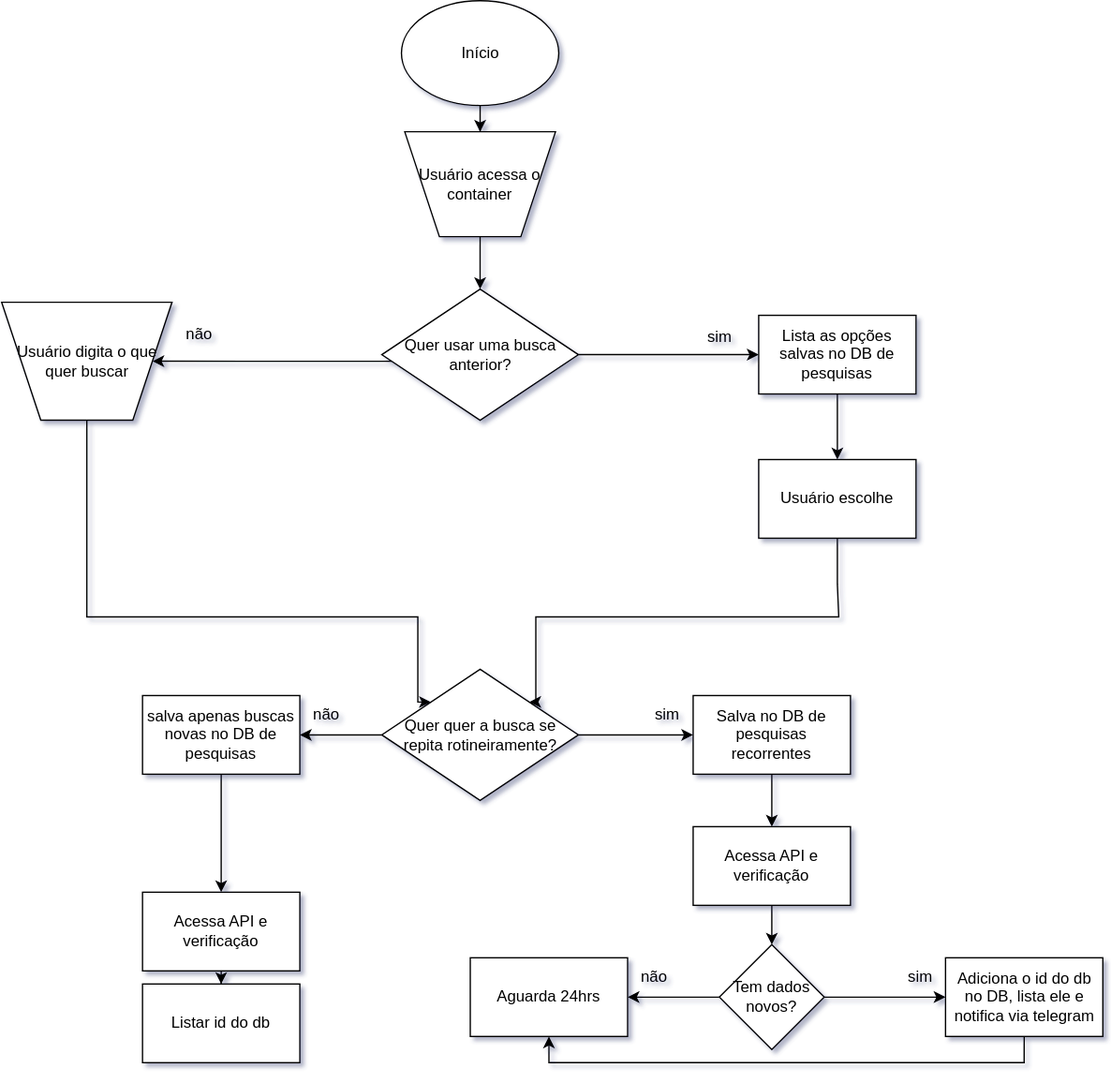
Earlier version of the draw.io export Fluxograma Intelx.drawio.svg (heloisatl/Diagrama). Source tidied: cells renumbered, new cells last; positions are measured from the earlier drawing's top-left corner, leaving out a move shared by most shapes.
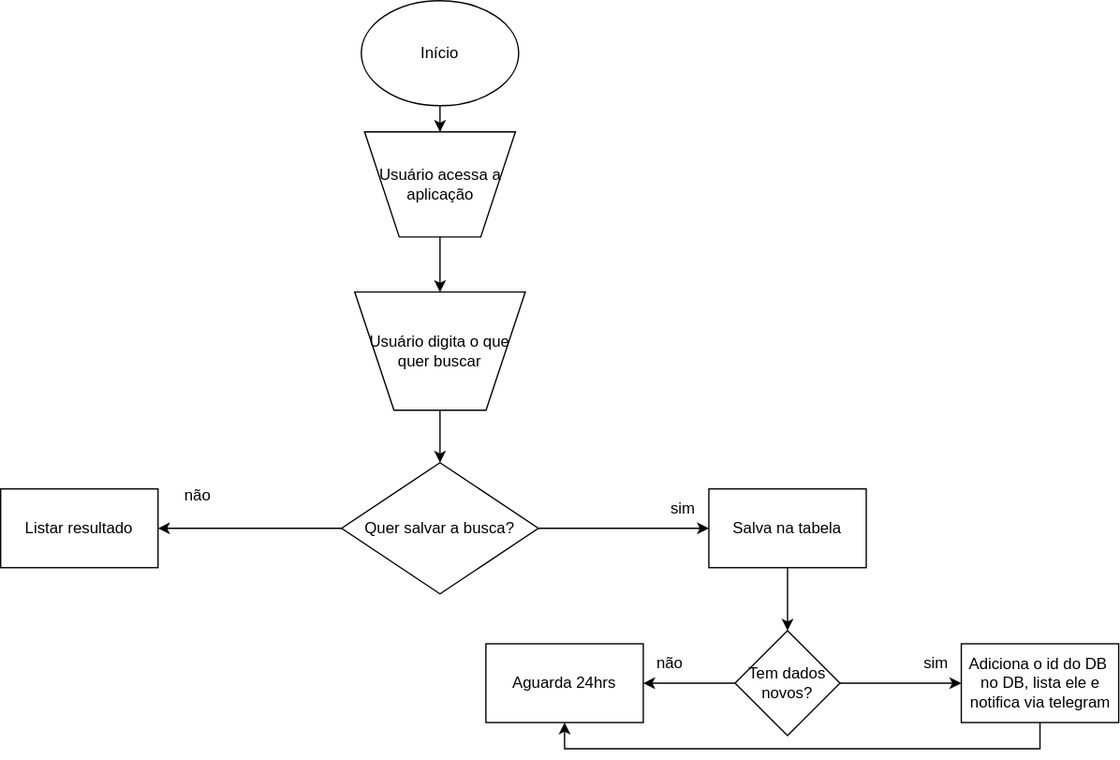
Later version of the same file.

The edit, as a diff of the source:
```diff
@@ -2,142 +2,76 @@
   <root>
     <mxCell id="0" />
     <mxCell id="1" parent="0" />
-    <mxCell id="2" style="edgeStyle=orthogonalEdgeStyle;rounded=0;jettySize=auto;html=1;entryX=0.5;entryY=0;entryDx=0;entryDy=0;" parent="1" edge="1" source="3" target="12">
-      <mxGeometry relative="1" as="geometry" />
-    </mxCell>
+    <mxCell id="39" style="edgeStyle=orthogonalEdgeStyle;rounded=0;jettySize=auto;html=1;entryX=0.5;entryY=0;entryDx=0;entryDy=0;" parent="1" edge="1" source="3" target="44">
+      <mxGeometry relative="1" as="geometry" />
+    </mxCell>
     <mxCell id="3" value="Início" style="ellipse;whiteSpace=wrap;html=1;" parent="1" vertex="1">
-      <mxGeometry x="305.5" width="120" height="80" as="geometry" />
+      <mxGeometry x="-847" y="-10" width="120" height="80" as="geometry" />
     </mxCell>
-    <mxCell id="4" style="edgeStyle=orthogonalEdgeStyle;rounded=0;jettySize=auto;html=1;entryX=1;entryY=0.5;entryDx=0;entryDy=0;" parent="1" edge="1" source="19" target="6">
-      <mxGeometry relative="1" as="geometry" />
-    </mxCell>
-    <mxCell id="5" style="edgeStyle=orthogonalEdgeStyle;rounded=0;jettySize=auto;html=1;" parent="1" edge="1" source="6" target="10">
-      <mxGeometry relative="1" as="geometry" />
-    </mxCell>
-    <mxCell id="6" value="salva apenas buscas novas no DB de pesquisas" style="rounded=0;whiteSpace=wrap;html=1;" parent="1" vertex="1">
-      <mxGeometry x="108" y="530" width="120" height="60" as="geometry" />
-    </mxCell>
-    <mxCell id="7" style="edgeStyle=orthogonalEdgeStyle;rounded=0;jettySize=auto;html=1;entryX=0.5;entryY=0;entryDx=0;entryDy=0;" parent="1" edge="1" source="8" target="21">
-      <mxGeometry relative="1" as="geometry" />
-    </mxCell>
-    <mxCell id="8" value="Salva no DB de pesquisas recorrentes" style="rounded=0;whiteSpace=wrap;html=1;" parent="1" vertex="1">
-      <mxGeometry x="528" y="530" width="120" height="60" as="geometry" />
-    </mxCell>
-    <mxCell id="9" style="edgeStyle=orthogonalEdgeStyle;rounded=0;jettySize=auto;html=1;" parent="1" edge="1" source="10" target="17">
-      <mxGeometry relative="1" as="geometry" />
-    </mxCell>
-    <mxCell id="10" value="Acessa API e verificação" style="rounded=0;whiteSpace=wrap;html=1;" parent="1" vertex="1">
-      <mxGeometry x="108" y="680" width="120" height="60" as="geometry" />
-    </mxCell>
-    <mxCell id="11" style="edgeStyle=orthogonalEdgeStyle;rounded=0;jettySize=auto;html=1;entryX=0.5;entryY=0;entryDx=0;entryDy=0;" parent="1" edge="1" source="12" target="32">
-      <mxGeometry relative="1" as="geometry" />
-    </mxCell>
-    <mxCell id="12" value="Usuário acessa o container" style="verticalLabelPosition=middle;verticalAlign=middle;html=1;shape=trapezoid;perimeter=trapezoidPerimeter;whiteSpace=wrap;size=0.23;arcSize=10;flipV=1;labelPosition=center;align=center;" parent="1" vertex="1">
-      <mxGeometry x="308" y="100" width="115" height="80" as="geometry" />
-    </mxCell>
-    <mxCell id="13" style="edgeStyle=orthogonalEdgeStyle;rounded=0;jettySize=auto;html=1;entryX=0;entryY=0;entryDx=0;entryDy=0;" parent="1" edge="1" source="14" target="19">
-      <mxGeometry relative="1" as="geometry">
-        <Array as="points">
-          <mxPoint x="66" y="470" />
-          <mxPoint x="318" y="470" />
-          <mxPoint x="318" y="535" />
-        </Array>
-      </mxGeometry>
-    </mxCell>
+    <mxCell id="40" style="edgeStyle=orthogonalEdgeStyle;rounded=0;jettySize=auto;html=1;" parent="1" edge="1" source="41" target="24">
+      <mxGeometry relative="1" as="geometry" />
+    </mxCell>
+    <mxCell id="41" value="Salva na tabela" style="rounded=0;whiteSpace=wrap;html=1;" parent="1" vertex="1">
+      <mxGeometry x="-582" y="362" width="120" height="60" as="geometry" />
+    </mxCell>
+    <mxCell id="42" value="Listar resultado" style="rounded=0;whiteSpace=wrap;html=1;" parent="1" vertex="1">
+      <mxGeometry x="-1122" y="362" width="120" height="60" as="geometry" />
+    </mxCell>
+    <mxCell id="43" style="edgeStyle=orthogonalEdgeStyle;rounded=0;jettySize=auto;html=1;" parent="1" edge="1" source="44" target="14">
+      <mxGeometry relative="1" as="geometry" />
+    </mxCell>
+    <mxCell id="44" value="Usuário acessa a aplicação" style="verticalLabelPosition=middle;verticalAlign=middle;html=1;shape=trapezoid;perimeter=trapezoidPerimeter;whiteSpace=wrap;size=0.23;arcSize=10;flipV=1;labelPosition=center;align=center;" parent="1" vertex="1">
+      <mxGeometry x="-844.5" y="90" width="115" height="80" as="geometry" />
+    </mxCell>
+    <mxCell id="45" style="edgeStyle=orthogonalEdgeStyle;rounded=0;jettySize=auto;html=1;" parent="1" edge="1" source="14" target="53">
+      <mxGeometry relative="1" as="geometry" />
+    </mxCell>
     <mxCell id="14" value="Usuário digita o que quer buscar" style="verticalLabelPosition=middle;verticalAlign=middle;html=1;shape=trapezoid;perimeter=trapezoidPerimeter;whiteSpace=wrap;size=0.23;arcSize=10;flipV=1;labelPosition=center;align=center;" parent="1" vertex="1">
-      <mxGeometry x="0.5" y="230" width="130" height="90" as="geometry" />
+      <mxGeometry x="-852" y="212" width="130" height="90" as="geometry" />
     </mxCell>
-    <mxCell id="15" value="não" style="text;html=1;align=center;verticalAlign=middle;strokeColor=none;fillColor=none;" parent="1" vertex="1">
-      <mxGeometry x="228" y="530" width="40" height="30" as="geometry" />
-    </mxCell>
-    <mxCell id="16" value="sim" style="text;html=1;align=center;verticalAlign=middle;strokeColor=none;fillColor=none;" parent="1" vertex="1">
-      <mxGeometry x="488" y="530" width="40" height="30" as="geometry" />
-    </mxCell>
-    <mxCell id="17" value="Listar id do db" style="rounded=0;whiteSpace=wrap;html=1;" parent="1" vertex="1">
-      <mxGeometry x="108" y="750" width="120" height="60" as="geometry" />
-    </mxCell>
-    <mxCell id="18" style="edgeStyle=orthogonalEdgeStyle;rounded=0;jettySize=auto;html=1;" parent="1" edge="1" source="19" target="8">
-      <mxGeometry relative="1" as="geometry" />
-    </mxCell>
-    <mxCell id="19" value="Quer quer a busca se repita rotineiramente?" style="rhombus;whiteSpace=wrap;html=1;" parent="1" vertex="1">
-      <mxGeometry x="290.5" y="510" width="150" height="100" as="geometry" />
-    </mxCell>
-    <mxCell id="20" style="edgeStyle=orthogonalEdgeStyle;rounded=0;jettySize=auto;html=1;entryX=0.5;entryY=0;entryDx=0;entryDy=0;" parent="1" edge="1" source="21" target="24">
-      <mxGeometry relative="1" as="geometry" />
-    </mxCell>
-    <mxCell id="21" value="Acessa API e verificação" style="rounded=0;whiteSpace=wrap;html=1;direction=east;" parent="1" vertex="1">
-      <mxGeometry x="528" y="630" width="120" height="60" as="geometry" />
-    </mxCell>
     <mxCell id="22" style="edgeStyle=orthogonalEdgeStyle;rounded=0;jettySize=auto;html=1;entryX=1;entryY=0.5;entryDx=0;entryDy=0;" parent="1" edge="1" source="24" target="25">
       <mxGeometry relative="1" as="geometry" />
     </mxCell>
-    <mxCell id="23" style="edgeStyle=orthogonalEdgeStyle;rounded=0;jettySize=auto;html=1;" parent="1" edge="1" source="24" target="27">
-      <mxGeometry relative="1" as="geometry" />
-    </mxCell>
+    <mxCell id="46" style="edgeStyle=orthogonalEdgeStyle;rounded=0;jettySize=auto;html=1;" parent="1" edge="1" source="24" target="48">
+      <mxGeometry relative="1" as="geometry" />
+    </mxCell>
     <mxCell id="24" value="Tem dados novos?" style="rhombus;whiteSpace=wrap;html=1;" parent="1" vertex="1">
-      <mxGeometry x="548" y="720" width="80" height="80" as="geometry" />
+      <mxGeometry x="-562" y="470" width="80" height="80" as="geometry" />
     </mxCell>
     <mxCell id="25" value="Aguarda 24hrs" style="rounded=0;whiteSpace=wrap;html=1;" parent="1" vertex="1">
-      <mxGeometry x="358" y="730" width="120" height="60" as="geometry" />
+      <mxGeometry x="-752" y="480" width="120" height="60" as="geometry" />
     </mxCell>
-    <mxCell id="26" style="edgeStyle=orthogonalEdgeStyle;rounded=0;jettySize=auto;html=1;entryX=0.5;entryY=1;entryDx=0;entryDy=0;exitX=0.5;exitY=1;exitDx=0;exitDy=0;" parent="1" edge="1" source="27" target="25">
-      <mxGeometry relative="1" as="geometry">
-        <Array as="points">
-          <mxPoint x="781" y="810" />
-          <mxPoint x="418" y="810" />
-        </Array>
-      </mxGeometry>
-    </mxCell>
-    <mxCell id="27" value="Adiciona o id do db no DB, lista ele e notifica via telegram" style="rounded=0;whiteSpace=wrap;html=1;" parent="1" vertex="1">
-      <mxGeometry x="720.5" y="730" width="120" height="60" as="geometry" />
-    </mxCell>
-    <mxCell id="28" value="sim" style="text;html=1;align=center;verticalAlign=middle;strokeColor=none;fillColor=none;" parent="1" vertex="1">
-      <mxGeometry x="680.5" y="730" width="40" height="30" as="geometry" />
-    </mxCell>
-    <mxCell id="29" value="não" style="text;html=1;align=center;verticalAlign=middle;strokeColor=none;fillColor=none;" parent="1" vertex="1">
-      <mxGeometry x="478" y="730" width="40" height="30" as="geometry" />
-    </mxCell>
-    <mxCell id="30" style="edgeStyle=orthogonalEdgeStyle;rounded=0;jettySize=auto;html=1;entryX=1;entryY=0.5;entryDx=0;entryDy=0;" parent="1" edge="1" source="32" target="14">
-      <mxGeometry relative="1" as="geometry">
-        <Array as="points">
-          <mxPoint x="248" y="275" />
-          <mxPoint x="248" y="275" />
-        </Array>
-      </mxGeometry>
-    </mxCell>
-    <mxCell id="31" style="edgeStyle=orthogonalEdgeStyle;rounded=0;jettySize=auto;html=1;" parent="1" edge="1" source="32">
-      <mxGeometry relative="1" as="geometry">
-        <mxPoint x="578" y="270" as="targetPoint" />
-      </mxGeometry>
-    </mxCell>
-    <mxCell id="32" value="Quer usar uma busca anterior?" style="rhombus;whiteSpace=wrap;html=1;" parent="1" vertex="1">
-      <mxGeometry x="290.5" y="220" width="150" height="100" as="geometry" />
-    </mxCell>
-    <mxCell id="33" value="não" style="text;html=1;align=center;verticalAlign=middle;strokeColor=none;fillColor=none;" parent="1" vertex="1">
-      <mxGeometry x="130.5" y="240" width="40" height="30" as="geometry" />
-    </mxCell>
-    <mxCell id="34" value="sim" style="text;html=1;align=center;verticalAlign=middle;strokeColor=none;fillColor=none;" parent="1" vertex="1">
-      <mxGeometry x="528" y="242" width="40" height="30" as="geometry" />
-    </mxCell>
-    <mxCell id="35" style="edgeStyle=orthogonalEdgeStyle;rounded=0;jettySize=auto;html=1;" parent="1" edge="1" source="36" target="38">
-      <mxGeometry relative="1" as="geometry" />
-    </mxCell>
-    <mxCell id="36" value="Lista as opções salvas no DB de pesquisas" style="rounded=0;whiteSpace=wrap;html=1;" parent="1" vertex="1">
-      <mxGeometry x="578" y="240" width="120" height="60" as="geometry" />
-    </mxCell>
-    <mxCell id="37" style="edgeStyle=orthogonalEdgeStyle;rounded=0;jettySize=auto;html=1;entryX=1;entryY=0;entryDx=0;entryDy=0;" parent="1" edge="1" source="38" target="19">
-      <mxGeometry relative="1" as="geometry">
-        <Array as="points">
-          <mxPoint x="638" y="445" />
-          <mxPoint x="639" y="445" />
-          <mxPoint x="639" y="470" />
-          <mxPoint x="408" y="470" />
-          <mxPoint x="408" y="535" />
-        </Array>
-      </mxGeometry>
-    </mxCell>
-    <mxCell id="38" value="Usuário escolhe" style="rounded=0;whiteSpace=wrap;html=1;" parent="1" vertex="1">
-      <mxGeometry x="578" y="350" width="120" height="60" as="geometry" />
-    </mxCell>
+    <mxCell id="47" style="edgeStyle=orthogonalEdgeStyle;rounded=0;jettySize=auto;html=1;entryX=0.5;entryY=1;entryDx=0;entryDy=0;exitX=0.5;exitY=1;exitDx=0;exitDy=0;" parent="1" edge="1" source="48" target="25">
+      <mxGeometry relative="1" as="geometry">
+        <Array as="points">
+          <mxPoint x="-329" y="560" />
+          <mxPoint x="-692" y="560" />
+        </Array>
+      </mxGeometry>
+    </mxCell>
+    <mxCell id="48" value="Adiciona o id do DB&amp;nbsp; no DB, lista ele e notifica via telegram" style="rounded=0;whiteSpace=wrap;html=1;" parent="1" vertex="1">
+      <mxGeometry x="-389.5" y="480" width="120" height="60" as="geometry" />
+    </mxCell>
+    <mxCell id="49" value="sim" style="text;html=1;align=center;verticalAlign=middle;strokeColor=none;fillColor=none;" parent="1" vertex="1">
+      <mxGeometry x="-429.5" y="480" width="40" height="30" as="geometry" />
+    </mxCell>
+    <mxCell id="50" value="não" style="text;html=1;align=center;verticalAlign=middle;strokeColor=none;fillColor=none;" parent="1" vertex="1">
+      <mxGeometry x="-632" y="480" width="40" height="30" as="geometry" />
+    </mxCell>
+    <mxCell id="51" style="edgeStyle=orthogonalEdgeStyle;rounded=0;jettySize=auto;html=1;" parent="1" edge="1" source="53" target="42">
+      <mxGeometry relative="1" as="geometry" />
+    </mxCell>
+    <mxCell id="52" style="edgeStyle=orthogonalEdgeStyle;rounded=0;jettySize=auto;html=1;entryX=0;entryY=0.5;entryDx=0;entryDy=0;" parent="1" edge="1" source="53" target="41">
+      <mxGeometry relative="1" as="geometry" />
+    </mxCell>
+    <mxCell id="53" value="Quer salvar a busca?" style="rhombus;whiteSpace=wrap;html=1;" parent="1" vertex="1">
+      <mxGeometry x="-862" y="342" width="150" height="100" as="geometry" />
+    </mxCell>
+    <mxCell id="54" value="&lt;div&gt;não&lt;/div&gt;" style="text;html=1;align=center;verticalAlign=middle;strokeColor=none;fillColor=none;" parent="1" vertex="1">
+      <mxGeometry x="-992" y="352" width="40" height="30" as="geometry" />
+    </mxCell>
+    <mxCell id="55" value="sim" style="text;html=1;align=center;verticalAlign=middle;strokeColor=none;fillColor=none;" parent="1" vertex="1">
+      <mxGeometry x="-622" y="362" width="40" height="30" as="geometry" />
+    </mxCell>
   </root>
 </mxGraphModel>
```
